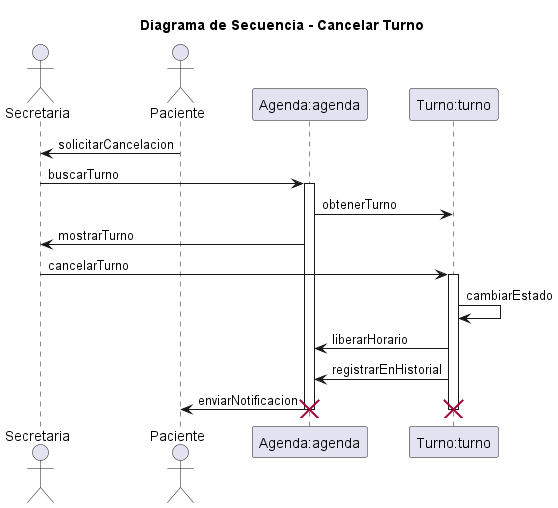
Before: diagramas/05-diagramas-secuencia/05-secuencia-cancelar-turno-02.png, a diagram exported from PlantUML (eternalnight04/SistemaTurnosMedicos).
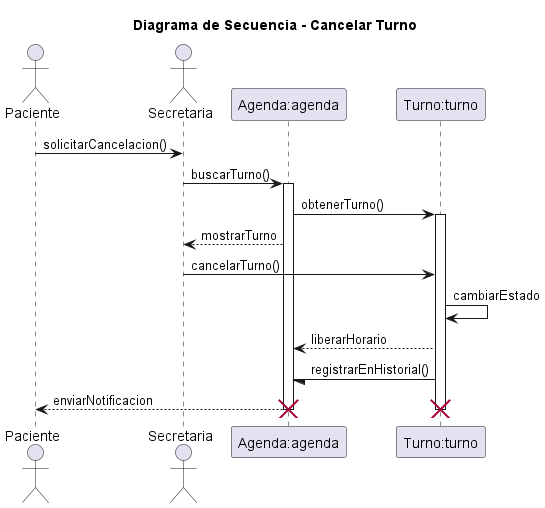
After the commit.

What changed in the source:
```diff
@@ -2,27 +2,30 @@
 
 title Diagrama de Secuencia - Cancelar Turno
 
+actor Paciente as paciente
 actor Secretaria as secretaria
-actor Paciente as paciente
 participant "Agenda:agenda" as agenda
 participant "Turno:turno" as turno
 
-paciente -> secretaria: solicitarCancelacion
+paciente -> secretaria: solicitarCancelacion()
 
-secretaria -> agenda: buscarTurno
+secretaria -> agenda: buscarTurno()
 activate agenda
 
-agenda -> turno: obtenerTurno
-agenda -> secretaria: mostrarTurno
-
-secretaria -> turno: cancelarTurno
+agenda -> turno: obtenerTurno()
 activate turno
 
+agenda --> secretaria: mostrarTurno
+
+
+secretaria -> turno: cancelarTurno()
+
+
 turno -> turno: cambiarEstado
-turno -> agenda: liberarHorario
-turno -> agenda: registrarEnHistorial
+turno --> agenda: liberarHorario
+turno -/ agenda: registrarEnHistorial()
 
-agenda -> paciente: enviarNotificacion
+agenda --> paciente: enviarNotificacion
 
 deactivate turno
 deactivate agenda
```
